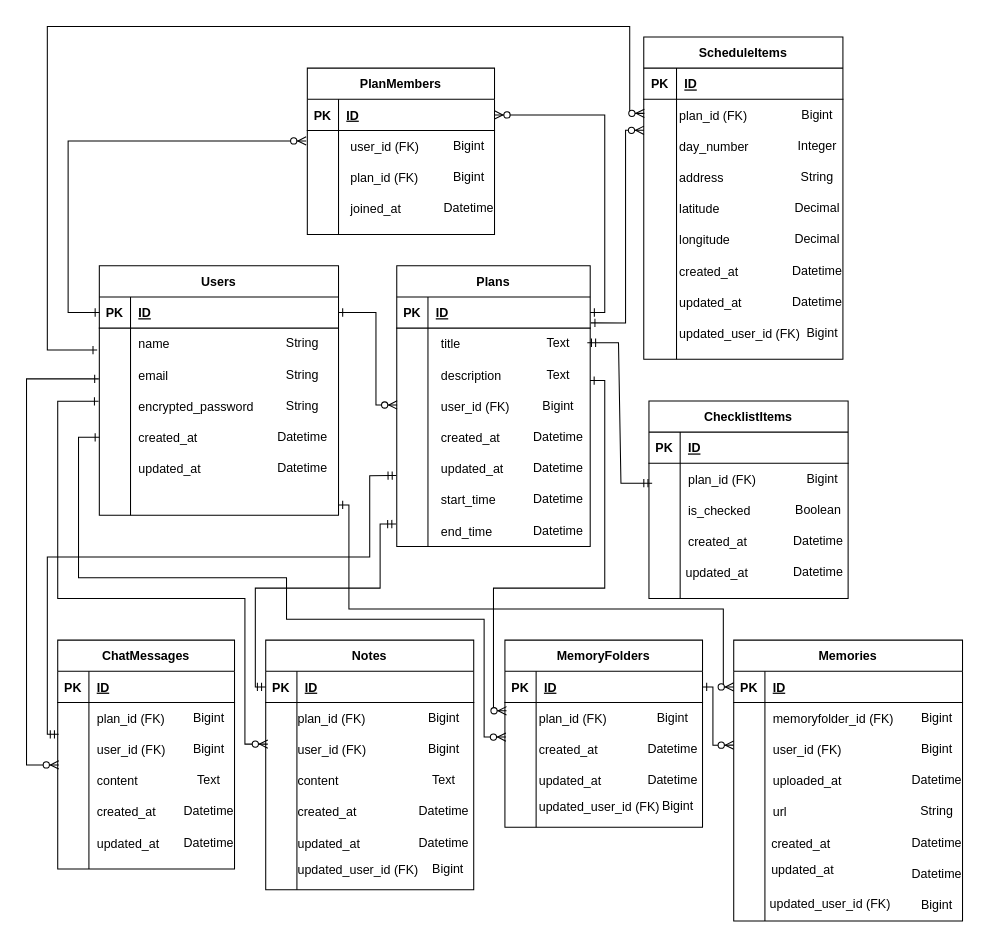
Before: add-er-diagram.drawio in honsu1004/travel-editor, a draw.io diagram. Source tidied: cells renumbered, new cells numbered last; positions are measured from the earlier drawing's top-left corner, leaving out a move shared by most shapes. Both pictures are drawn from the tidied source at 104%, with x=0, y=0 at pixel (26, 26).
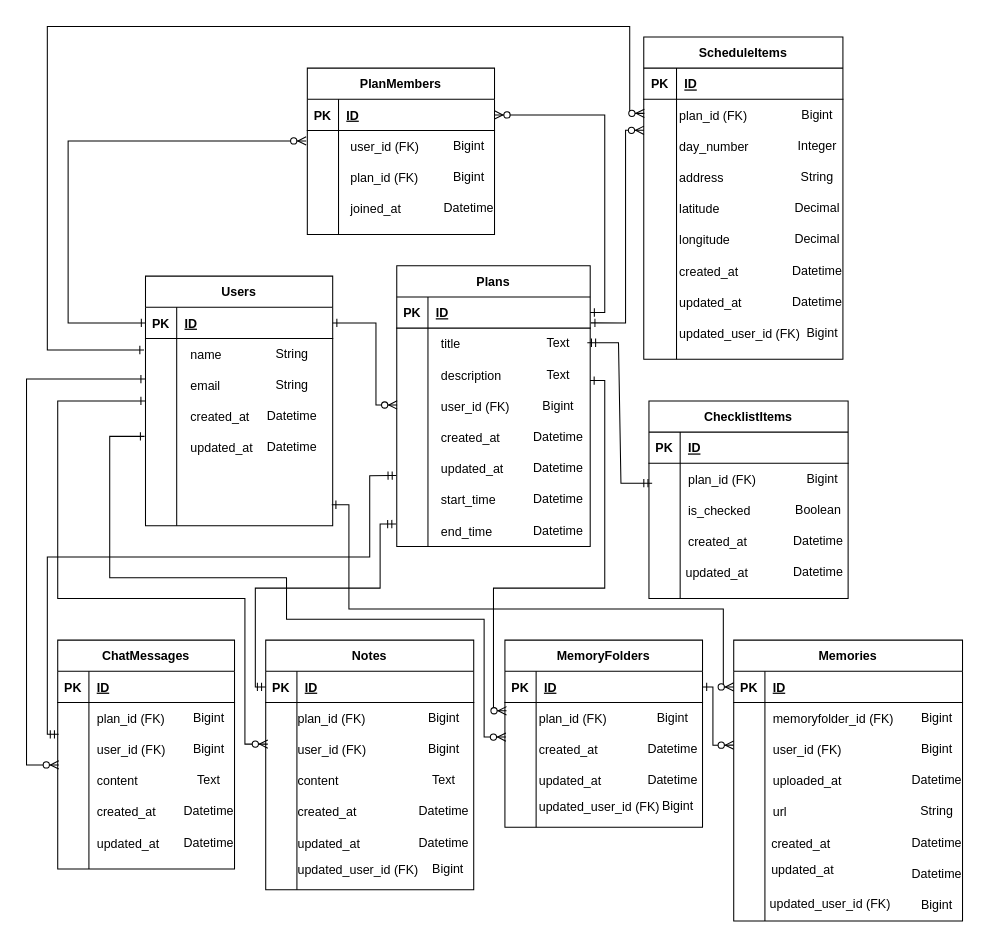
Above is the later version.

Commit message (it also covers changes not shown here):
add-er-diagram.drawio を更新します

The change refers to these unchanged cells:
```xml
<mxCell id="28" style="shape=partialRectangle;fillColor=none;points=[[0,0.5],[1,0.5]];portConstraint=eastwest;top=0;left=0;right=0;bottom=0;" parent="24" vertex="1">
  <mxGeometry y="60" width="180" height="100" as="geometry" />
</mxCell>
<mxCell id="47" style="shape=partialRectangle;fillColor=none;points=[[0,0.5],[1,0.5]];portConstraint=eastwest;top=0;left=0;right=0;bottom=0;" parent="43" vertex="1">
  <mxGeometry y="60" width="191.5" height="250" as="geometry" />
</mxCell>
<mxCell id="99" style="shape=partialRectangle;fillColor=none;points=[[0,0.5],[1,0.5]];portConstraint=eastwest;top=0;left=0;right=0;bottom=0;" parent="95" vertex="1">
  <mxGeometry y="60" width="186" height="210" as="geometry" />
</mxCell>
<mxCell id="151" style="shape=partialRectangle;fillColor=none;points=[[0,0.5],[1,0.5]];portConstraint=eastwest;top=0;left=0;right=0;bottom=1;" parent="150" vertex="1">
  <mxGeometry y="30" width="220" height="30" as="geometry" />
</mxCell>
<mxCell id="179" style="shape=partialRectangle;fillColor=none;points=[[0,0.5],[1,0.5]];portConstraint=eastwest;top=0;left=0;right=0;bottom=0;" parent="175" vertex="1">
  <mxGeometry y="60" width="190" height="120" as="geometry" />
</mxCell>
```

Diff of the diagram source:
```diff
@@
     <mxCell id="2" style="group;" parent="1" vertex="1">
-      <mxGeometry x="110" y="230" width="190" height="240" as="geometry" />
+      <mxGeometry x="100" y="240" width="194.4" height="255" as="geometry" />
     </mxCell>
+    <mxCell id="13" value="name" style="shape=partialRectangle;overflow=hidden;fillColor=none;top=0;left=0;bottom=0;right=0;align=left;spacingLeft=6;" parent="2" vertex="1">
+      <mxGeometry x="50" y="60" width="154.4" height="30" as="geometry" />
+    </mxCell>
+    <mxCell id="14" value="email" style="shape=partialRectangle;overflow=hidden;fillColor=none;top=0;left=0;bottom=0;right=0;align=left;spacingLeft=6;" parent="2" vertex="1">
+      <mxGeometry x="50" y="90" width="154.4" height="30" as="geometry" />
+    </mxCell>
+    <mxCell id="16" value="created_at" style="shape=partialRectangle;overflow=hidden;fillColor=none;top=0;left=0;bottom=0;right=0;align=left;spacingLeft=6;" parent="2" vertex="1">
+      <mxGeometry x="50" y="120" width="154.4" height="30" as="geometry" />
+    </mxCell>
+    <mxCell id="17" value="updated_at" style="shape=partialRectangle;overflow=hidden;fillColor=none;top=0;left=0;bottom=0;right=0;align=left;spacingLeft=6;" parent="2" vertex="1">
+      <mxGeometry x="50" y="150" width="144.4" height="30" as="geometry" />
+    </mxCell>
+    <mxCell id="18" value="String" style="text;html=1;align=center;verticalAlign=middle;strokeColor=none;fillColor=none;" parent="2" vertex="1">
+      <mxGeometry x="130" y="60" width="50" height="30" as="geometry" />
+    </mxCell>
+    <mxCell id="19" value="String" style="text;html=1;align=center;verticalAlign=middle;strokeColor=none;fillColor=none;" parent="2" vertex="1">
+      <mxGeometry x="130" y="90" width="50" height="30" as="geometry" />
+    </mxCell>
+    <mxCell id="21" value="Datetime" style="text;html=1;align=center;verticalAlign=middle;strokeColor=none;fillColor=none;" parent="2" vertex="1">
+      <mxGeometry x="120" y="120" width="70" height="30" as="geometry" />
+    </mxCell>
+    <mxCell id="22" value="Datetime" style="text;html=1;align=center;verticalAlign=middle;strokeColor=none;fillColor=none;" parent="2" vertex="1">
+      <mxGeometry x="120" y="150" width="70" height="30" as="geometry" />
+    </mxCell>
     <mxCell id="3" value="Users" style="shape=table;startSize=30;childLayout=tableLayout;rowLines=0;fontStyle=1;align=center;" parent="2" vertex="1">
-      <mxGeometry x="-40" width="230" height="240" as="geometry" />
+      <mxGeometry x="14.4" width="180" height="240" as="geometry" />
     </mxCell>
     <mxCell id="4" style="shape=partialRectangle;fillColor=none;points=[[0,0.5],[1,0.5]];portConstraint=eastwest;top=0;left=0;right=0;bottom=1;" parent="3" vertex="1">
-      <mxGeometry y="30" width="230" height="30" as="geometry" />
+      <mxGeometry y="30" width="180" height="30" as="geometry" />
     </mxCell>
@@
     <mxCell id="6" value="ID" style="shape=partialRectangle;overflow=hidden;fillColor=none;top=0;left=0;bottom=0;right=0;align=left;spacingLeft=6;fontStyle=5;" parent="4" vertex="1">
-      <mxGeometry x="30" width="200" height="30" as="geometry" />
+      <mxGeometry x="30" width="150" height="30" as="geometry" />
     </mxCell>
     <mxCell id="7" style="shape=partialRectangle;fillColor=none;points=[[0,0.5],[1,0.5]];portConstraint=eastwest;top=0;left=0;right=0;bottom=0;" parent="3" vertex="1">
-      <mxGeometry y="60" width="230" height="160" as="geometry" />
+      <mxGeometry y="60" width="180" height="160" as="geometry" />
     </mxCell>
@@
     <mxCell id="9" style="shape=partialRectangle;overflow=hidden;fillColor=none;top=0;left=0;bottom=0;right=0;align=left;spacingLeft=6;" parent="7" vertex="1">
-      <mxGeometry x="30" width="200" height="160" as="geometry" />
+      <mxGeometry x="30" width="150" height="160" as="geometry" />
     </mxCell>
     <mxCell id="10" style="shape=partialRectangle;fillColor=none;points=[[0,0.5],[1,0.5]];portConstraint=eastwest;top=0;left=0;right=0;bottom=0;" parent="3" vertex="1">
-      <mxGeometry y="220" width="230" height="20" as="geometry" />
+      <mxGeometry y="220" width="180" height="20" as="geometry" />
     </mxCell>
@@
     <mxCell id="12" style="shape=partialRectangle;overflow=hidden;fillColor=none;top=0;left=0;bottom=0;right=0;align=left;spacingLeft=6;" parent="10" vertex="1">
-      <mxGeometry x="30" width="200" height="20" as="geometry" />
+      <mxGeometry x="30" width="150" height="20" as="geometry" />
     </mxCell>
-    <mxCell id="13" value="name" style="shape=partialRectangle;overflow=hidden;fillColor=none;top=0;left=0;bottom=0;right=0;align=left;spacingLeft=6;" parent="2" vertex="1">
-      <mxGeometry x="-10" y="60" width="154.4" height="30" as="geometry" />
-    </mxCell>
-    <mxCell id="14" value="email" style="shape=partialRectangle;overflow=hidden;fillColor=none;top=0;left=0;bottom=0;right=0;align=left;spacingLeft=6;" parent="2" vertex="1">
-      <mxGeometry x="-10" y="90" width="154.4" height="30" as="geometry" />
-    </mxCell>
-    <mxCell id="15" value="encrypted_password" style="shape=partialRectangle;overflow=hidden;fillColor=none;top=0;left=0;bottom=0;right=0;align=left;spacingLeft=6;" parent="2" vertex="1">
-      <mxGeometry x="-10" y="120" width="154.4" height="30" as="geometry" />
-    </mxCell>
-    <mxCell id="16" value="created_at" style="shape=partialRectangle;overflow=hidden;fillColor=none;top=0;left=0;bottom=0;right=0;align=left;spacingLeft=6;" parent="2" vertex="1">
-      <mxGeometry x="-10" y="150" width="154.4" height="30" as="geometry" />
-    </mxCell>
-    <mxCell id="17" value="updated_at" style="shape=partialRectangle;overflow=hidden;fillColor=none;top=0;left=0;bottom=0;right=0;align=left;spacingLeft=6;" parent="2" vertex="1">
-      <mxGeometry x="-10" y="180" width="154.4" height="30" as="geometry" />
-    </mxCell>
-    <mxCell id="18" value="String" style="text;html=1;align=center;verticalAlign=middle;strokeColor=none;fillColor=none;" parent="2" vertex="1">
-      <mxGeometry x="130" y="60" width="50" height="30" as="geometry" />
-    </mxCell>
-    <mxCell id="19" value="String" style="text;html=1;align=center;verticalAlign=middle;strokeColor=none;fillColor=none;" parent="2" vertex="1">
-      <mxGeometry x="130" y="90" width="50" height="30" as="geometry" />
-    </mxCell>
-    <mxCell id="20" value="String" style="text;html=1;align=center;verticalAlign=middle;strokeColor=none;fillColor=none;" parent="2" vertex="1">
-      <mxGeometry x="130" y="120" width="50" height="30" as="geometry" />
-    </mxCell>
-    <mxCell id="21" value="Datetime" style="text;html=1;align=center;verticalAlign=middle;strokeColor=none;fillColor=none;" parent="2" vertex="1">
-      <mxGeometry x="120" y="150" width="70" height="30" as="geometry" />
-    </mxCell>
-    <mxCell id="22" value="Datetime" style="text;html=1;align=center;verticalAlign=middle;strokeColor=none;fillColor=none;" parent="2" vertex="1">
-      <mxGeometry x="120" y="180" width="70" height="30" as="geometry" />
-    </mxCell>
@@
     <mxCell id="37" style="endArrow=ERzeroToMany;startArrow=ERone;endFill=1;startFill=0;rounded=0;edgeStyle=orthogonalEdgeStyle;elbow=vertical;exitX=0;exitY=0.5;exitDx=0;exitDy=0;entryX=-0.006;entryY=0.1;entryDx=0;entryDy=0;entryPerimeter=0;" parent="1" edge="1" source="4" target="28">
       <mxGeometry relative="1" as="geometry">
         <Array as="points">
-          <mxPoint x="40" y="275" />
+          <mxPoint x="40" y="285" />
           <mxPoint x="40" y="110" />
         </Array>
       </mxGeometry>
     </mxCell>
@@
     <mxCell id="87" style="endArrow=ERzeroToMany;startArrow=ERone;endFill=1;startFill=0;rounded=0;edgeStyle=orthogonalEdgeStyle;elbow=vertical;exitX=1;exitY=0.5;exitDx=0;exitDy=0;entryX=0.002;entryY=0.352;entryDx=0;entryDy=0;entryPerimeter=0;" parent="1" edge="1" source="4" target="99">
       <mxGeometry relative="1" as="geometry">
         <Array as="points">
-          <mxPoint x="336" y="275" />
+          <mxPoint x="336" y="285" />
           <mxPoint x="336" y="364" />
         </Array>
       </mxGeometry>
     </mxCell>
@@
-    <mxCell id="144" style="endArrow=ERzeroToMany;startArrow=ERone;endFill=1;startFill=0;rounded=0;edgeStyle=orthogonalEdgeStyle;elbow=vertical;exitX=-0.002;exitY=0.305;exitDx=0;exitDy=0;exitPerimeter=0;" parent="1" edge="1" source="7">
+    <mxCell id="144" style="endArrow=ERzeroToMany;startArrow=ERone;endFill=1;startFill=0;rounded=0;edgeStyle=orthogonalEdgeStyle;elbow=vertical;" parent="1" edge="1">
       <mxGeometry relative="1" as="geometry">
+        <mxPoint x="114" y="339" as="sourcePoint" />
         <mxPoint x="31" y="710" as="targetPoint" />
         <Array as="points">
+          <mxPoint x="114" y="339" />
           <mxPoint y="339" />
           <mxPoint y="710" />
         </Array>
       </mxGeometry>
     </mxCell>
@@
-    <mxCell id="170" style="endArrow=ERzeroToMany;startArrow=ERone;endFill=1;startFill=0;rounded=0;edgeStyle=orthogonalEdgeStyle;elbow=vertical;exitX=-0.003;exitY=0.44;exitDx=0;exitDy=0;exitPerimeter=0;" parent="1" edge="1" source="7">
+    <mxCell id="170" style="endArrow=ERzeroToMany;startArrow=ERone;endFill=1;startFill=0;rounded=0;edgeStyle=orthogonalEdgeStyle;elbow=vertical;" parent="1" edge="1">
       <mxGeometry relative="1" as="geometry">
+        <mxPoint x="114" y="360" as="sourcePoint" />
         <mxPoint x="232" y="690" as="targetPoint" />
         <Array as="points">
+          <mxPoint x="114" y="360" />
           <mxPoint x="30" y="360" />
           <mxPoint x="30" y="550" />
           <mxPoint x="210" y="550" />
           <mxPoint x="210" y="690" />
         </Array>
       </mxGeometry>
     </mxCell>
-    <mxCell id="171" style="endArrow=ERzeroToMany;startArrow=ERone;endFill=1;startFill=0;rounded=0;edgeStyle=orthogonalEdgeStyle;elbow=vertical;entryX=0.005;entryY=0.277;entryDx=0;entryDy=0;entryPerimeter=0;" parent="1" edge="1" target="179">
-      <mxGeometry relative="1" as="geometry">
-        <mxPoint x="70" y="395" as="sourcePoint" />
-        <Array as="points">
-          <mxPoint x="50" y="395" />
-          <mxPoint x="50" y="530" />
-          <mxPoint x="250" y="530" />
-          <mxPoint x="250" y="570" />
-          <mxPoint x="440" y="570" />
-          <mxPoint x="440" y="683" />
-        </Array>
-      </mxGeometry>
-    </mxCell>
@@
-    <mxCell id="188" style="endArrow=ERzeroToMany;startArrow=ERone;endFill=1;startFill=0;rounded=0;edgeStyle=orthogonalEdgeStyle;elbow=vertical;entryX=0;entryY=0.5;entryDx=0;entryDy=0;" parent="1" edge="1" target="151">
+    <mxCell id="188" style="endArrow=ERzeroToMany;startArrow=ERone;endFill=1;startFill=0;rounded=0;edgeStyle=orthogonalEdgeStyle;elbow=vertical;entryX=0;entryY=0.5;entryDx=0;entryDy=0;exitX=0.995;exitY=-0.008;exitDx=0;exitDy=0;exitPerimeter=0;" parent="1" edge="1" source="10" target="151">
       <mxGeometry relative="1" as="geometry">
-        <mxPoint x="300" y="460" as="sourcePoint" />
         <Array as="points">
           <mxPoint x="310" y="460" />
           <mxPoint x="310" y="560" />
           <mxPoint x="670" y="560" />
           <mxPoint x="670" y="635" />
         </Array>
       </mxGeometry>
     </mxCell>
-    <mxCell id="189" style="endArrow=ERzeroToMany;startArrow=ERone;endFill=1;startFill=0;rounded=0;edgeStyle=orthogonalEdgeStyle;elbow=vertical;entryX=0.003;entryY=0.054;entryDx=0;entryDy=0;entryPerimeter=0;exitX=-0.009;exitY=0.132;exitDx=0;exitDy=0;exitPerimeter=0;" parent="1" edge="1" source="7" target="47">
+    <mxCell id="189" style="endArrow=ERzeroToMany;startArrow=ERone;endFill=1;startFill=0;rounded=0;edgeStyle=orthogonalEdgeStyle;elbow=vertical;entryX=0.003;entryY=0.054;entryDx=0;entryDy=0;entryPerimeter=0;exitX=-0.008;exitY=0.069;exitDx=0;exitDy=0;exitPerimeter=0;" parent="1" edge="1" source="7" target="47">
       <mxGeometry relative="1" as="geometry">
         <Array as="points">
           <mxPoint x="20" y="311" />
           <mxPoint x="20" />
           <mxPoint x="580" />
           <mxPoint x="580" y="84" />
         </Array>
       </mxGeometry>
     </mxCell>
+    <mxCell id="171" style="endArrow=ERzeroToMany;startArrow=ERone;endFill=1;startFill=0;rounded=0;edgeStyle=orthogonalEdgeStyle;elbow=vertical;entryX=0.005;entryY=0.277;entryDx=0;entryDy=0;entryPerimeter=0;exitX=-0.005;exitY=0.588;exitDx=0;exitDy=0;exitPerimeter=0;" parent="1" edge="1" source="7" target="179">
+      <mxGeometry relative="1" as="geometry">
+        <Array as="points">
+          <mxPoint x="80" y="394" />
+          <mxPoint x="80" y="530" />
+          <mxPoint x="250" y="530" />
+          <mxPoint x="250" y="570" />
+          <mxPoint x="440" y="570" />
+          <mxPoint x="440" y="683" />
+        </Array>
+      </mxGeometry>
+    </mxCell>
```
